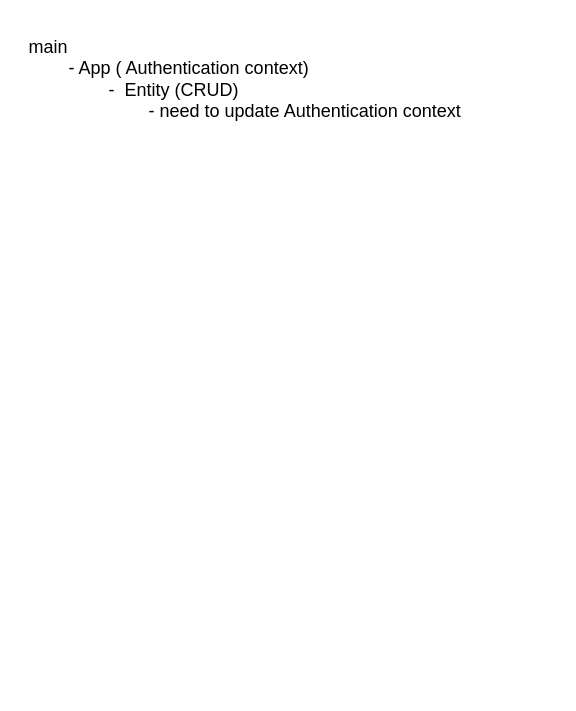
Before: page "APIs" (4 of 5) of logging/Secure implementations.drawio in danieldotskc/helloworld, a draw.io diagram. Source tidied: cells renumbered, new cells numbered last; positions are measured from the earlier drawing's top-left corner, leaving out a move shared by most shapes. Both pictures are drawn from the tidied source at 150%, with x=0, y=0 at pixel (26, 26).
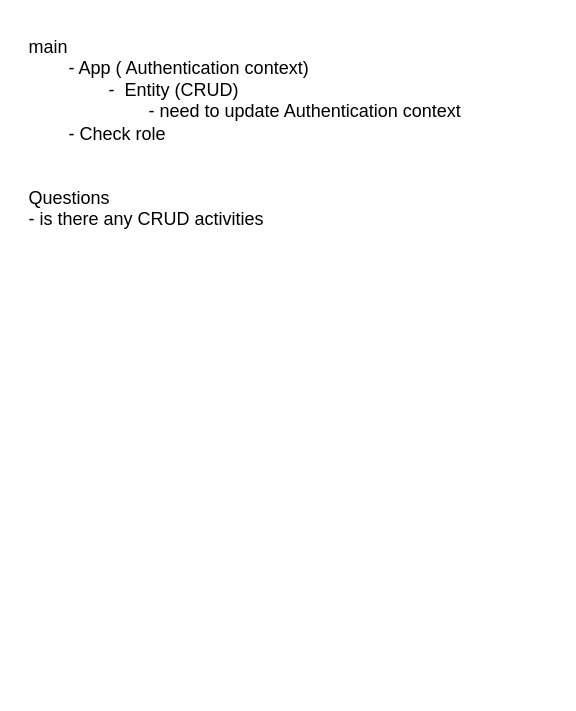
After the change.

Change to the diagram source:
```diff
@@
 <mxGraphModel>
   <root>
     <mxCell id="0" />
     <mxCell id="1" parent="0" />
-    <mxCell id="2" value="main&lt;div&gt;&lt;span style=&quot;white-space: pre;&quot;&gt;&#9;&lt;/span&gt;- App ( Authentication context)&lt;br&gt;&lt;/div&gt;&lt;div&gt;&lt;span style=&quot;white-space: pre;&quot;&gt;&#9;&lt;/span&gt;&lt;span style=&quot;white-space: pre;&quot;&gt;&#9;&lt;/span&gt;-&amp;nbsp; Entity (CRUD)&lt;br&gt;&lt;/div&gt;&lt;div&gt;&lt;span style=&quot;white-space: pre;&quot;&gt;&#9;&lt;/span&gt;&lt;span style=&quot;white-space: pre;&quot;&gt;&#9;&lt;/span&gt;&lt;span style=&quot;white-space: pre;&quot;&gt;&#9;&lt;/span&gt;- need to update Authentication context&lt;br&gt;&lt;/div&gt;" style="text;html=1;whiteSpace=wrap;strokeColor=none;fillColor=none;align=left;verticalAlign=top;rounded=0;" parent="1" vertex="1">
+    <mxCell id="2" value="main&lt;div&gt;&lt;span style=&quot;white-space: pre;&quot;&gt;&#9;&lt;/span&gt;- App ( Authentication context)&lt;br&gt;&lt;/div&gt;&lt;div&gt;&lt;span style=&quot;white-space: pre;&quot;&gt;&#9;&lt;/span&gt;&lt;span style=&quot;white-space: pre;&quot;&gt;&#9;&lt;/span&gt;-&amp;nbsp; Entity (CRUD)&lt;br&gt;&lt;/div&gt;&lt;div&gt;&lt;span style=&quot;white-space: pre;&quot;&gt;&#9;&lt;/span&gt;&lt;span style=&quot;white-space: pre;&quot;&gt;&#9;&lt;/span&gt;&lt;span style=&quot;white-space: pre;&quot;&gt;&#9;&lt;/span&gt;- need to update Authentication context&lt;br&gt;&lt;/div&gt;&lt;div&gt;&lt;span style=&quot;white-space: pre;&quot;&gt;&#9;&lt;/span&gt;- Check role&lt;br&gt;&lt;/div&gt;&lt;div&gt;&lt;br&gt;&lt;/div&gt;&lt;div&gt;&lt;br&gt;&lt;/div&gt;&lt;div&gt;Questions&lt;/div&gt;&lt;div&gt;- is there any CRUD activities&lt;/div&gt;" style="text;html=1;whiteSpace=wrap;strokeColor=none;fillColor=none;align=left;verticalAlign=top;rounded=0;" parent="1" vertex="1">
       <mxGeometry width="350" height="440" as="geometry" />
     </mxCell>
   </root>
 </mxGraphModel>
```
